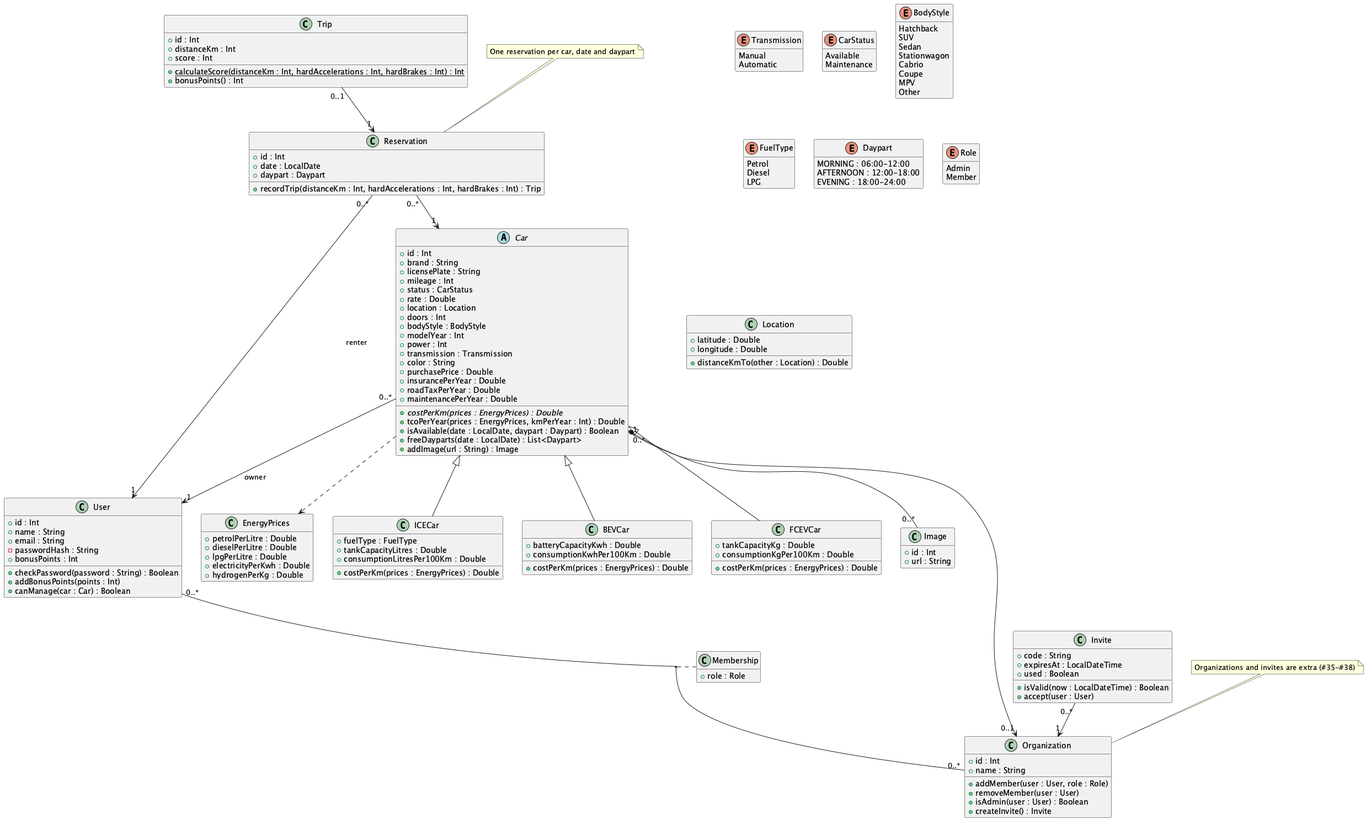
Rent-a-car-38291/rent-a-car keeps this PlantUML diagram as docs/diagrams/domain-model.png. Above is the earlier version.
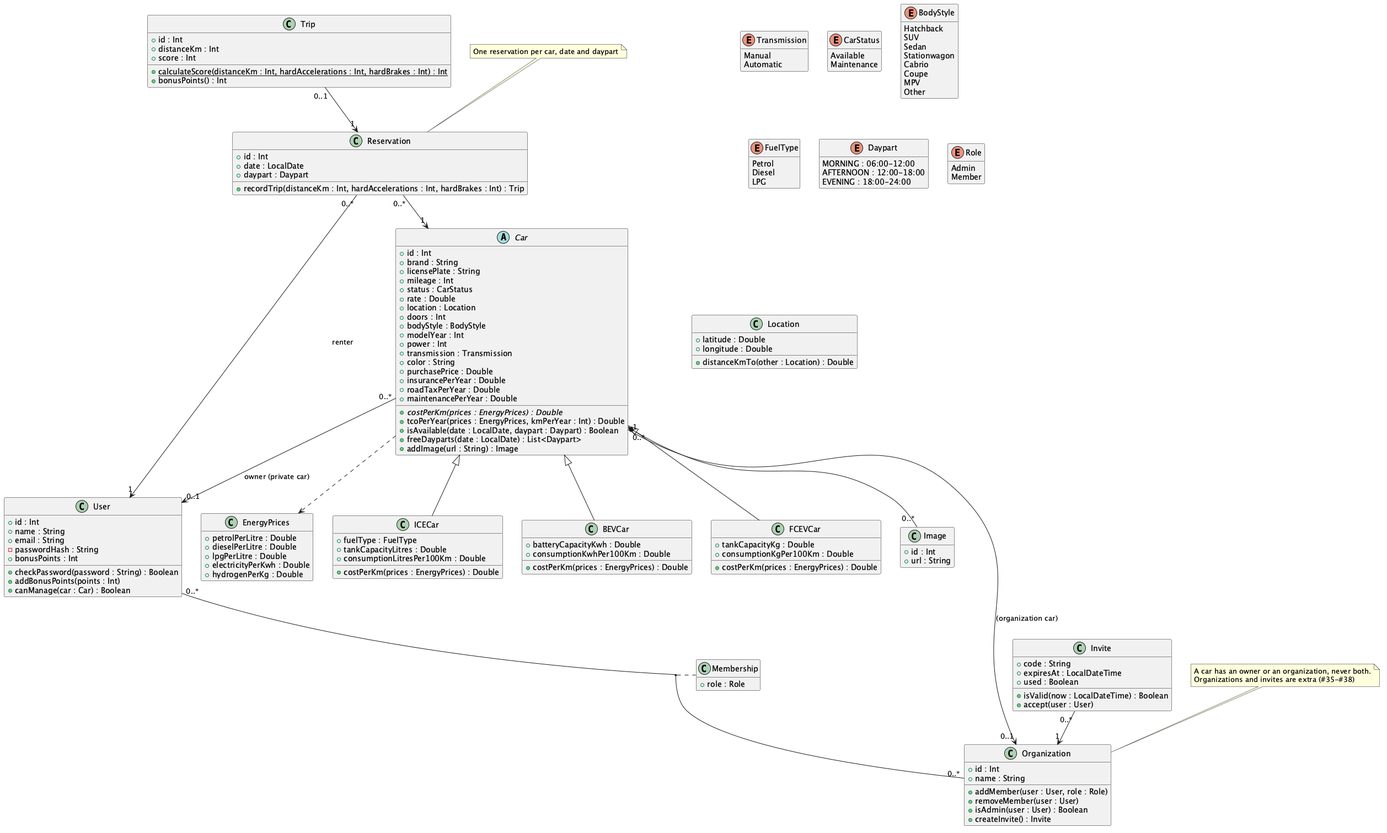
After the commit.

What changed in the source:
```diff
@@ -153,8 +153,8 @@
 Car <|-- BEVCar
 Car <|-- FCEVCar
 
-Car "0..*" --> "1" User : owner
-Car "0..*" --> "0..1" Organization
+Car "0..*" --> "0..1" User : owner (private car)
+Car "0..*" --> "0..1" Organization : (organization car)
 Car "1" *-- "0..*" Image
 Car ..> EnergyPrices
 Reservation "0..*" --> "1" Car
@@ -166,7 +166,7 @@
 
 note "One reservation per car, date and daypart" as N1
 N1 .. Reservation
-note "Organizations and invites are extra (#35-#38)" as N2
+note "A car has an owner or an organization, never both.\nOrganizations and invites are extra (#35-#38)" as N2
 N2 .. Organization
 
 @enduml
```
